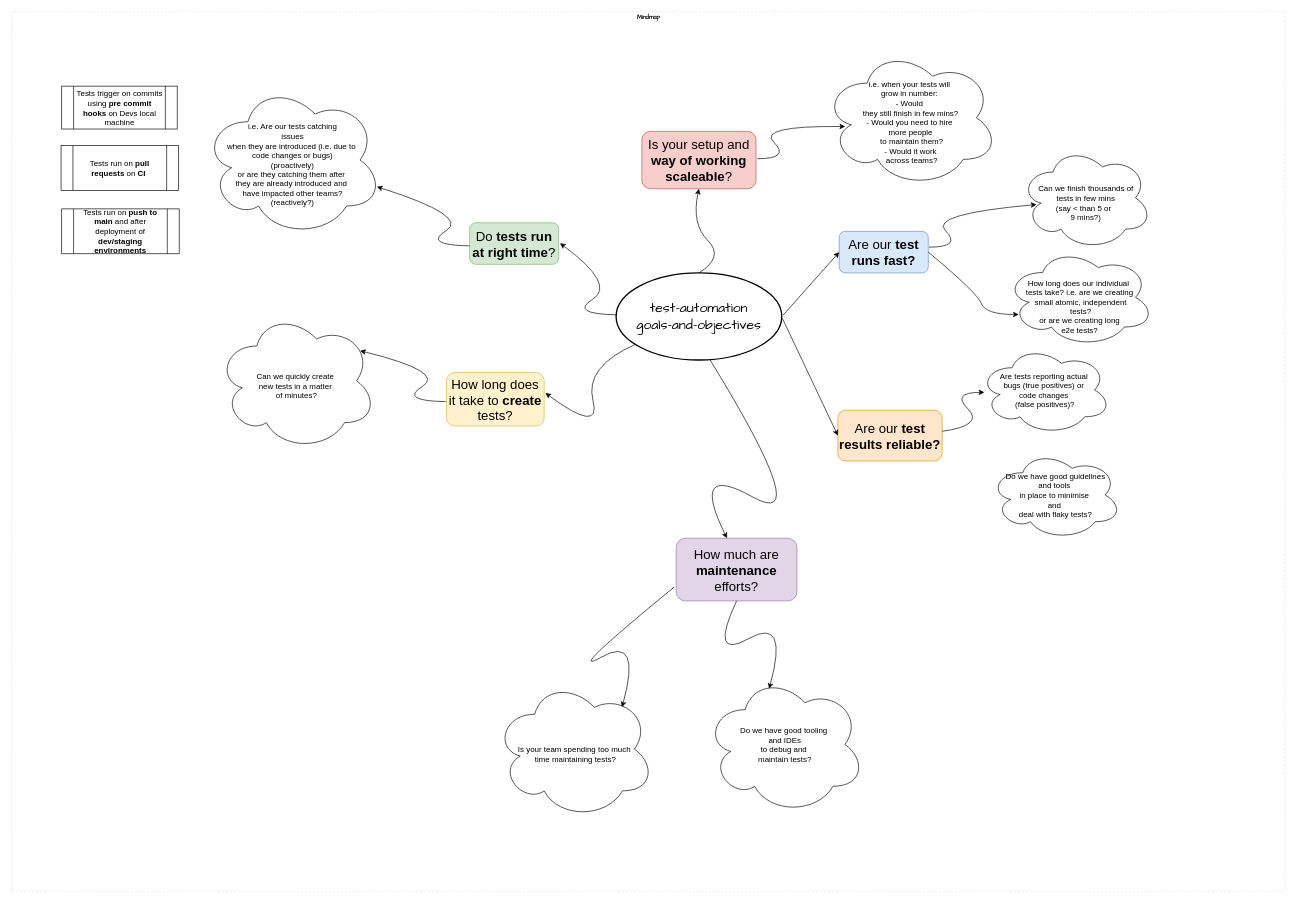
Above: goals/test-automation-goals-and-objectives.drawio in PramodKumarYadav/test-art (draw.io), before the change. Source tidied: cells renumbered, new cells numbered last; positions are measured from the earlier drawing's top-left corner, leaving out a move shared by most shapes. Both pictures are drawn from the tidied source at 66%, with x=0, y=0 at pixel (11, 11).
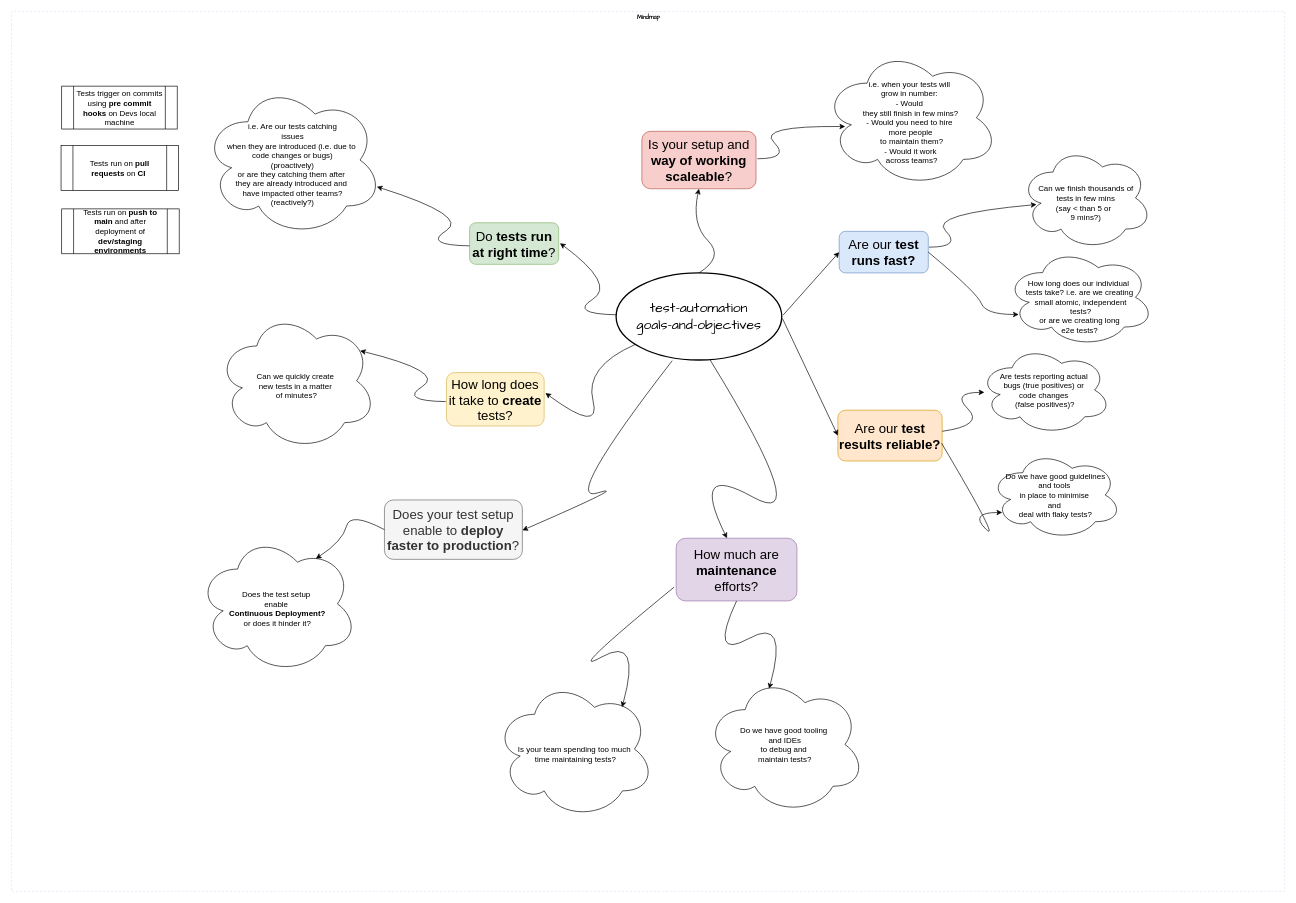
The same diagram, later.

The change refers to these unchanged cells:
```xml
<mxCell id="2" value="Mindmap" style="swimlane;html=1;startSize=20;horizontal=1;containerType=tree;labelBackgroundColor=none;strokeColor=#D4E1F5;strokeWidth=1;fillColor=none;fontFamily=Comic Sans MS;fontSize=9;swimlaneLine=0;dashed=1;" parent="1" vertex="1">
  <mxGeometry width="1929" height="1333" as="geometry" />
</mxCell>
<mxCell id="6" value="&lt;font style=&quot;font-size: 20px;&quot;&gt;Are our &lt;b&gt;test results reliable?&lt;/b&gt;&lt;/font&gt;" style="rounded=1;whiteSpace=wrap;html=1;fillColor=#ffe6cc;strokeColor=#d79b00;" parent="2" vertex="1">
  <mxGeometry x="1252" y="604" width="158" height="77" as="geometry" />
</mxCell>
```

The edit, as a diff of the source:
```diff
@@
+    <mxCell id="36" style="curved=1;endArrow=classic;html=1;rounded=0;exitX=0.994;exitY=0.649;exitDx=0;exitDy=0;exitPerimeter=0;" parent="2" edge="1" source="6">
+      <mxGeometry relative="1" as="geometry">
+        <mxPoint x="1501" y="759" as="targetPoint" />
+        <Array as="points">
+          <mxPoint x="1501" y="809" />
+          <mxPoint x="1451" y="759" />
+        </Array>
+      </mxGeometry>
+    </mxCell>
+    <mxCell id="37" value="&lt;span style=&quot;font-size: 20px;&quot;&gt;Does your test setup enable to &lt;b&gt;deploy faster to production&lt;/b&gt;?&lt;/span&gt;" style="rounded=1;whiteSpace=wrap;html=1;fillColor=#f5f5f5;strokeColor=#666666;fontColor=#333333;" parent="2" vertex="1">
+      <mxGeometry x="565" y="740" width="209" height="90" as="geometry" />
+    </mxCell>
+    <mxCell id="38" style="curved=1;endArrow=classic;html=1;rounded=0;" parent="2" edge="1">
+      <mxGeometry relative="1" as="geometry">
+        <mxPoint x="1001" y="529" as="sourcePoint" />
+        <mxPoint x="774" y="786" as="targetPoint" />
+        <Array as="points">
+          <mxPoint x="833" y="746" />
+          <mxPoint x="942" y="713" />
+        </Array>
+      </mxGeometry>
+    </mxCell>
+    <mxCell id="39" value="&lt;div&gt;&lt;br&gt;&lt;/div&gt;&lt;div&gt;&lt;font&gt;Does the test setup&amp;nbsp;&lt;/font&gt;&lt;/div&gt;&lt;div&gt;&lt;font&gt;enable&amp;nbsp;&lt;/font&gt;&lt;/div&gt;&lt;div&gt;&lt;font&gt;&lt;b&gt;Continuous Deployment?&lt;/b&gt;&lt;br&gt;or does it hinder it?&lt;/font&gt;&lt;/div&gt;" style="ellipse;shape=cloud;whiteSpace=wrap;html=1;" parent="2" vertex="1">
+      <mxGeometry x="282" y="792" width="242" height="211" as="geometry" />
+    </mxCell>
+    <mxCell id="40" style="curved=1;endArrow=classic;html=1;rounded=0;exitX=0;exitY=0.5;exitDx=0;exitDy=0;entryX=0.74;entryY=0.175;entryDx=0;entryDy=0;entryPerimeter=0;" parent="2" edge="1" source="37" target="39">
+      <mxGeometry relative="1" as="geometry">
+        <Array as="points">
+          <mxPoint x="513" y="757.5" />
+          <mxPoint x="502" y="802" />
+        </Array>
+      </mxGeometry>
+    </mxCell>
```
